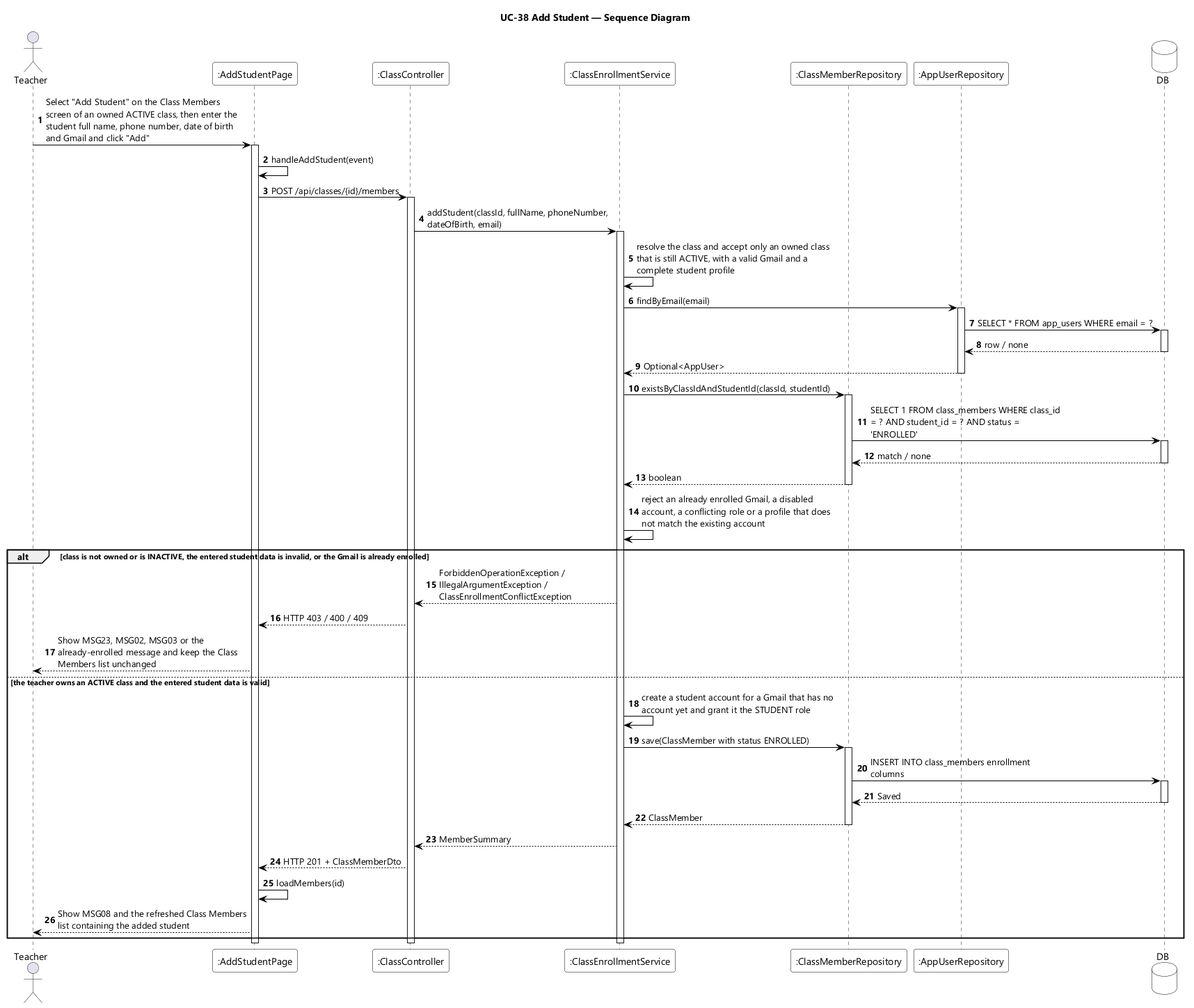
Earlier version of the PlantUML export designs/sds-diagrams/uc38/uc38-sequence-diagram.png (EduA-system/EduA-system). Its diagram source:
```plantuml
@startuml UC-38 Add Student - Sequence Diagram
skinparamlocked dpi 96
skinparam defaultFontName "Segoe UI"
skinparam shadowing false
skinparam ParticipantBackgroundColor #FFFFFF
skinparam ParticipantBorderColor #000000
skinparam DatabaseBackgroundColor #FFFFFF
skinparam DatabaseBorderColor #000000
skinparam ArrowColor #000000
skinparam sequenceMessageAlign left
skinparam maxMessageSize 280
title UC-38 Add Student — Sequence Diagram

actor Teacher
participant ":AddStudentPage" as UI
participant ":ClassController" as CTL
participant ":ClassEnrollmentService" as SVC
participant ":ClassMemberRepository" as MEM
participant ":AppUserRepository" as USERS
database DB

autonumber
Teacher -> UI : Select "Add Student" on the Class Members screen of an owned ACTIVE class, then enter the student full name, phone number, date of birth and Gmail and click "Add"
activate UI
UI -> UI : handleAddStudent(event)
UI -> CTL : POST /api/classes/{id}/members
activate CTL
CTL -> SVC : addStudent(classId, fullName, phoneNumber, dateOfBirth, email)
activate SVC
SVC -> SVC : resolve the class and accept only an owned class that is still ACTIVE, with a valid Gmail and a complete student profile
SVC -> USERS : findByEmail(email)
activate USERS
USERS -> DB : SELECT * FROM app_users WHERE email = ?
activate DB
DB --> USERS : row / none
deactivate DB
USERS --> SVC : Optional<AppUser>
deactivate USERS
SVC -> MEM : existsByClassIdAndStudentId(classId, studentId)
activate MEM
MEM -> DB : SELECT 1 FROM class_members WHERE class_id = ? AND student_id = ? AND status = 'ENROLLED'
activate DB
DB --> MEM : match / none
deactivate DB
MEM --> SVC : boolean
deactivate MEM
SVC -> SVC : reject an already enrolled Gmail, a disabled account, a conflicting role or a profile that does not match the existing account

alt class is not owned or is INACTIVE, the entered student data is invalid, or the Gmail is already enrolled
  SVC --> CTL : ForbiddenOperationException / IllegalArgumentException / ClassEnrollmentConflictException
  CTL --> UI : HTTP 403 / 400 / 409
  UI --> Teacher : Show MSG23, MSG02, MSG03 or the already-enrolled message and keep the Class Members list unchanged

else the teacher owns an ACTIVE class and the entered student data is valid
  SVC -> SVC : create a student account for a Gmail that has no account yet and grant it the STUDENT role
  SVC -> MEM : save(ClassMember with status ENROLLED)
  activate MEM
  MEM -> DB : INSERT INTO class_members enrollment columns
  activate DB
  DB --> MEM : Saved
  deactivate DB
  MEM --> SVC : ClassMember
  deactivate MEM
  SVC --> CTL : MemberSummary
  CTL --> UI : HTTP 201 + ClassMemberDto
  UI -> UI : loadMembers(id)
  UI --> Teacher : Show MSG08 and the refreshed Class Members list containing the added student
end
deactivate SVC
deactivate CTL
deactivate UI
@enduml
```
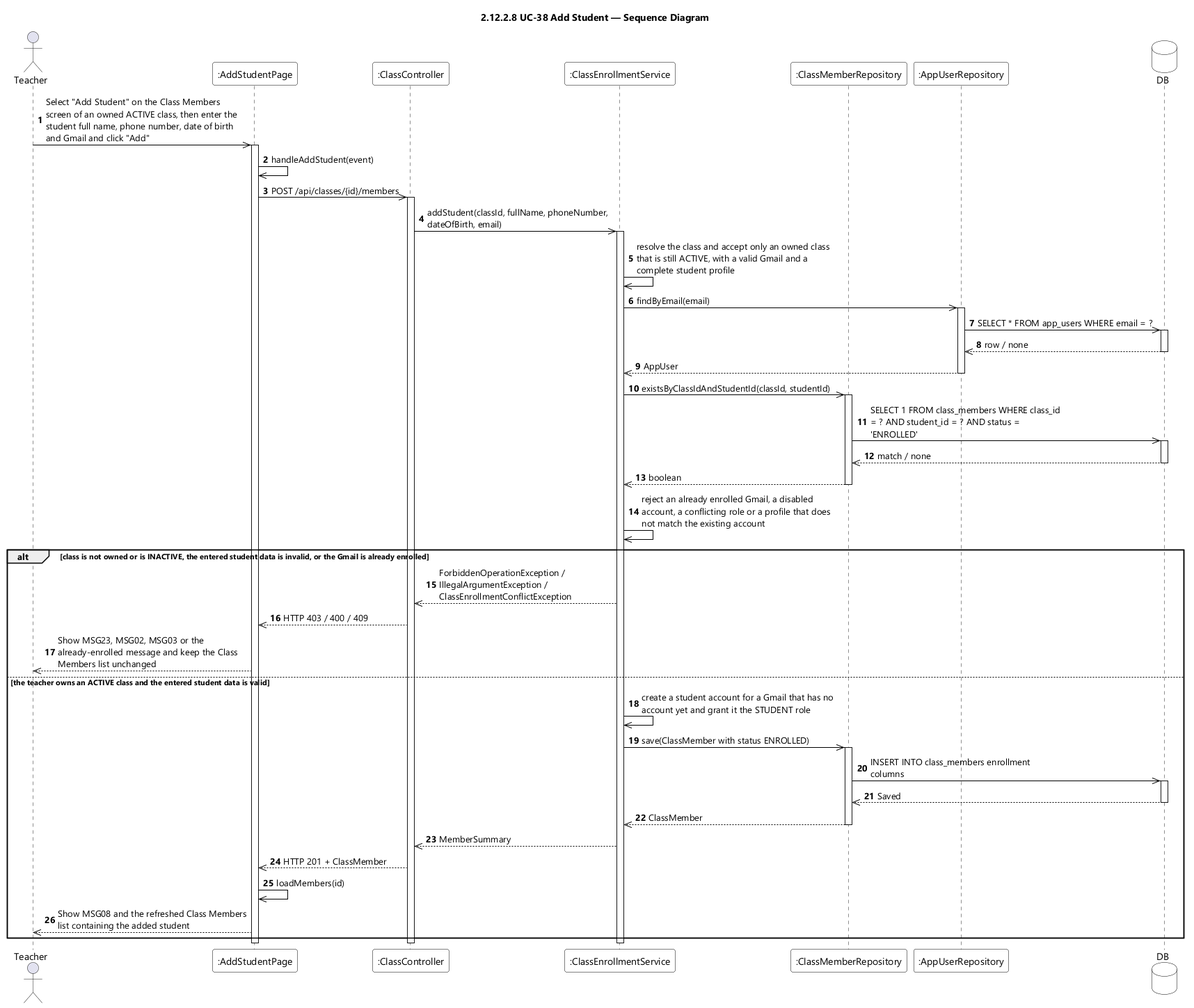
Above is the later version.

What changed in the source:
```diff
@@ -9,7 +9,7 @@
 skinparam ArrowColor #000000
 skinparam sequenceMessageAlign left
 skinparam maxMessageSize 280
-title UC-38 Add Student — Sequence Diagram
+title 2.12.2.8 UC-38 Add Student — Sequence Diagram
 
 actor Teacher
 participant ":AddStudentPage" as UI
@@ -20,51 +20,51 @@
 database DB
 
 autonumber
-Teacher -> UI : Select "Add Student" on the Class Members screen of an owned ACTIVE class, then enter the student full name, phone number, date of birth and Gmail and click "Add"
+Teacher ->> UI : Select "Add Student" on the Class Members screen of an owned ACTIVE class, then enter the student full name, phone number, date of birth and Gmail and click "Add"
 activate UI
-UI -> UI : handleAddStudent(event)
-UI -> CTL : POST /api/classes/{id}/members
+UI ->> UI : handleAddStudent(event)
+UI ->> CTL : POST /api/classes/{id}/members
 activate CTL
-CTL -> SVC : addStudent(classId, fullName, phoneNumber, dateOfBirth, email)
+CTL ->> SVC : addStudent(classId, fullName, phoneNumber, dateOfBirth, email)
 activate SVC
-SVC -> SVC : resolve the class and accept only an owned class that is still ACTIVE, with a valid Gmail and a complete student profile
-SVC -> USERS : findByEmail(email)
+SVC ->> SVC : resolve the class and accept only an owned class that is still ACTIVE, with a valid Gmail and a complete student profile
+SVC ->> USERS : findByEmail(email)
 activate USERS
-USERS -> DB : SELECT * FROM app_users WHERE email = ?
+USERS ->> DB : SELECT * FROM app_users WHERE email = ?
 activate DB
-DB --> USERS : row / none
+DB -->> USERS : row / none
 deactivate DB
-USERS --> SVC : Optional<AppUser>
+USERS -->> SVC : AppUser
 deactivate USERS
-SVC -> MEM : existsByClassIdAndStudentId(classId, studentId)
+SVC ->> MEM : existsByClassIdAndStudentId(classId, studentId)
 activate MEM
-MEM -> DB : SELECT 1 FROM class_members WHERE class_id = ? AND student_id = ? AND status = 'ENROLLED'
+MEM ->> DB : SELECT 1 FROM class_members WHERE class_id = ? AND student_id = ? AND status = 'ENROLLED'
 activate DB
-DB --> MEM : match / none
+DB -->> MEM : match / none
 deactivate DB
-MEM --> SVC : boolean
+MEM -->> SVC : boolean
 deactivate MEM
-SVC -> SVC : reject an already enrolled Gmail, a disabled account, a conflicting role or a profile that does not match the existing account
+SVC ->> SVC : reject an already enrolled Gmail, a disabled account, a conflicting role or a profile that does not match the existing account
 
 alt class is not owned or is INACTIVE, the entered student data is invalid, or the Gmail is already enrolled
-  SVC --> CTL : ForbiddenOperationException / IllegalArgumentException / ClassEnrollmentConflictException
-  CTL --> UI : HTTP 403 / 400 / 409
-  UI --> Teacher : Show MSG23, MSG02, MSG03 or the already-enrolled message and keep the Class Members list unchanged
+  SVC -->> CTL : ForbiddenOperationException / IllegalArgumentException / ClassEnrollmentConflictException
+  CTL -->> UI : HTTP 403 / 400 / 409
+  UI -->> Teacher : Show MSG23, MSG02, MSG03 or the already-enrolled message and keep the Class Members list unchanged
 
 else the teacher owns an ACTIVE class and the entered student data is valid
-  SVC -> SVC : create a student account for a Gmail that has no account yet and grant it the STUDENT role
-  SVC -> MEM : save(ClassMember with status ENROLLED)
+  SVC ->> SVC : create a student account for a Gmail that has no account yet and grant it the STUDENT role
+  SVC ->> MEM : save(ClassMember with status ENROLLED)
   activate MEM
-  MEM -> DB : INSERT INTO class_members enrollment columns
+  MEM ->> DB : INSERT INTO class_members enrollment columns
   activate DB
-  DB --> MEM : Saved
+  DB -->> MEM : Saved
   deactivate DB
-  MEM --> SVC : ClassMember
+  MEM -->> SVC : ClassMember
   deactivate MEM
-  SVC --> CTL : MemberSummary
-  CTL --> UI : HTTP 201 + ClassMemberDto
-  UI -> UI : loadMembers(id)
-  UI --> Teacher : Show MSG08 and the refreshed Class Members list containing the added student
+  SVC -->> CTL : MemberSummary
+  CTL -->> UI : HTTP 201 + ClassMember
+  UI ->> UI : loadMembers(id)
+  UI -->> Teacher : Show MSG08 and the refreshed Class Members list containing the added student
 end
 deactivate SVC
 deactivate CTL
```
